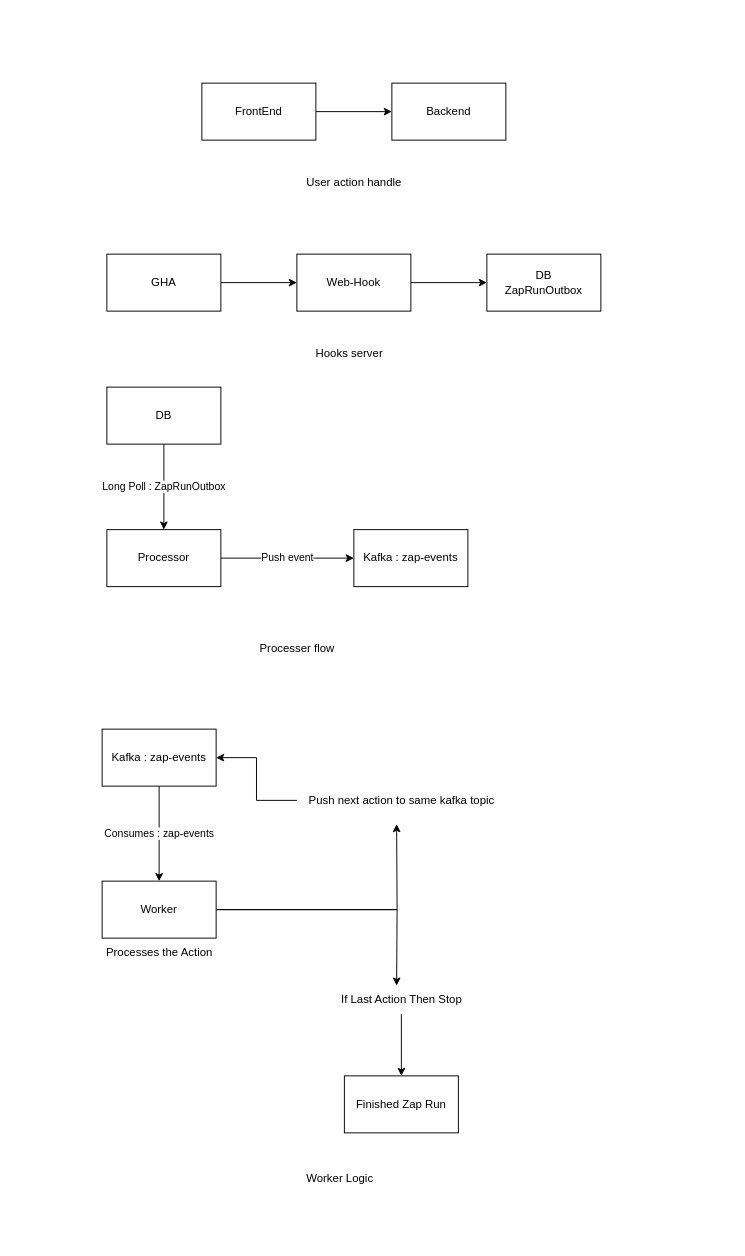
Above: zappier_design.drawio in Abhijeet1710/Zappier-Clone (draw.io), before the change. Source tidied: cells renumbered, new cells numbered last; positions are measured from the earlier drawing's top-left corner, leaving out a move shared by most shapes. Both pictures are drawn from the tidied source at 95%, with x=0, y=0 at pixel (92, 83).
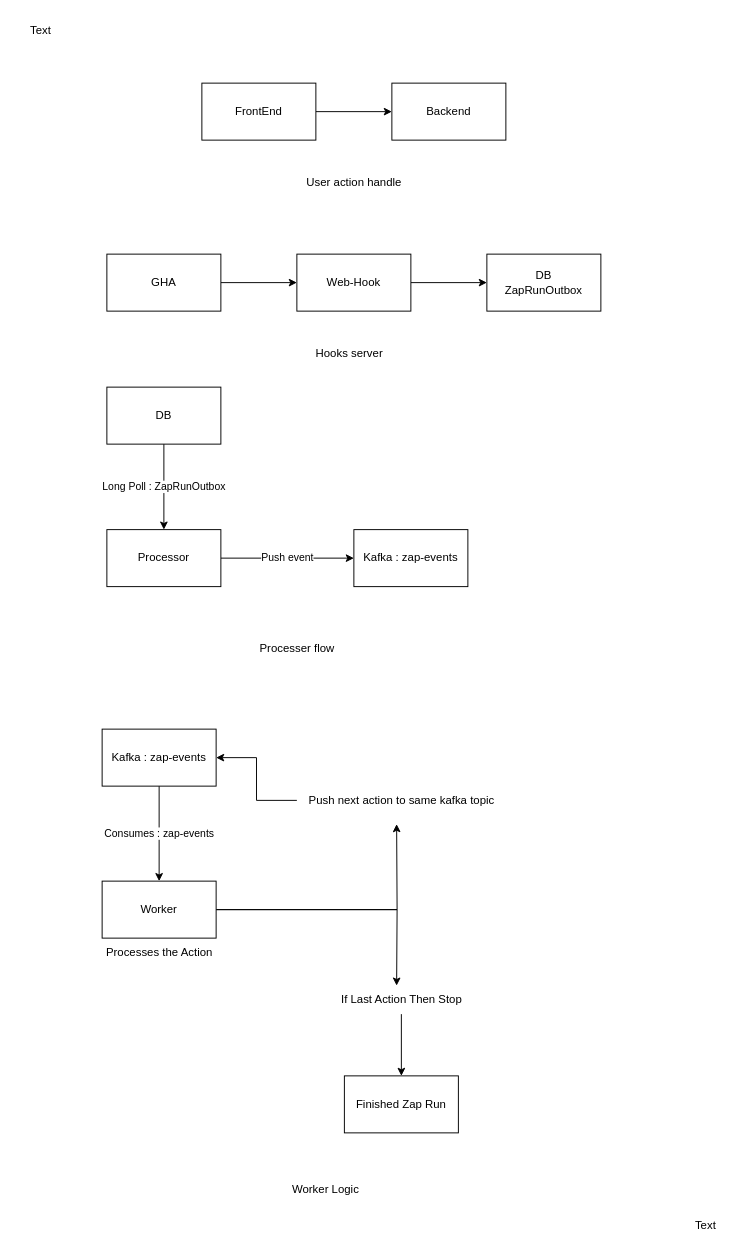
After the change.

Change to the diagram source:
```diff
@@
     <mxCell id="29" value="Worker Logic" style="text;html=1;align=center;verticalAlign=middle;strokeColor=none;fillColor=none;" parent="1" vertex="1">
-      <mxGeometry x="215" y="1138" width="90" height="30" as="geometry" />
+      <mxGeometry x="200" y="1150" width="90" height="30" as="geometry" />
     </mxCell>
+    <mxCell id="30" value="Text" style="text;html=1;align=center;verticalAlign=middle;strokeColor=none;fillColor=none;" parent="1" vertex="1">
+      <mxGeometry x="-80" y="-70" width="50" height="30" as="geometry" />
+    </mxCell>
+    <mxCell id="31" value="Text" style="text;html=1;align=center;verticalAlign=middle;strokeColor=none;fillColor=none;" parent="1" vertex="1">
+      <mxGeometry x="620" y="1188" width="50" height="30" as="geometry" />
+    </mxCell>
```
